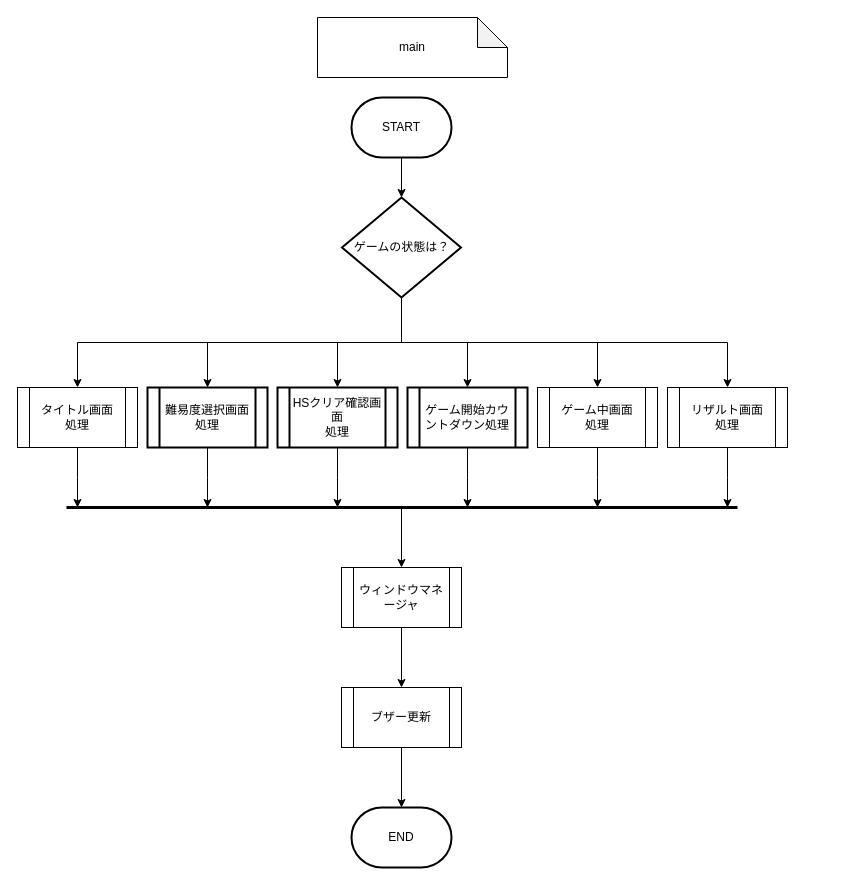
This is page "main" (1 of 10) of 資料/設計書/フローチャート/モグラ叩き_フローチャート_ゲーム前.drawio from hakohumi/comp.train.whack-a-mole, a draw.io file, before an edit. Source tidied: cells renumbered, new cells numbered last; positions are measured from the earlier drawing's top-left corner, leaving out a move shared by most shapes. Both pictures are drawn from the tidied source at 100%, with x=0, y=0 at pixel (17, 17).
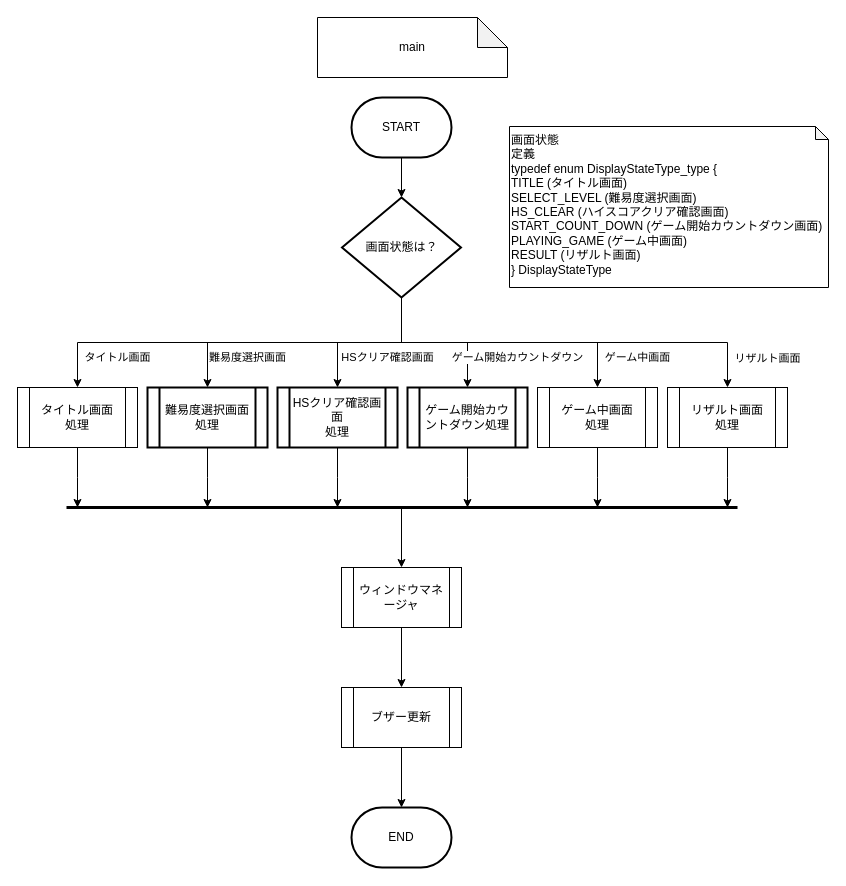
The same diagram, later.

Unchanged cells that the change refers to:
```xml
<mxCell id="12" value="タイトル画面&lt;br&gt;処理" style="shape=process;whiteSpace=wrap;html=1;backgroundOutline=1;" parent="1" vertex="1">
  <mxGeometry y="370" width="120" height="60" as="geometry" />
</mxCell>
<mxCell id="14" value="ゲーム中画面&lt;br&gt;処理" style="shape=process;whiteSpace=wrap;html=1;backgroundOutline=1;" parent="1" vertex="1">
  <mxGeometry x="520" y="370" width="120" height="60" as="geometry" />
</mxCell>
<mxCell id="16" value="リザルト画面&lt;br&gt;処理" style="shape=process;whiteSpace=wrap;html=1;backgroundOutline=1;" parent="1" vertex="1">
  <mxGeometry x="650" y="370" width="120" height="60" as="geometry" />
</mxCell>
<mxCell id="20" value="難易度選択画面処理" style="shape=process;whiteSpace=wrap;html=1;backgroundOutline=1;strokeWidth=2;" parent="1" vertex="1">
  <mxGeometry x="130" y="370" width="120" height="60" as="geometry" />
</mxCell>
<mxCell id="22" value="HSクリア確認画面&lt;br&gt;処理" style="shape=process;whiteSpace=wrap;html=1;backgroundOutline=1;strokeWidth=2;" parent="1" vertex="1">
  <mxGeometry x="260" y="370" width="120" height="60" as="geometry" />
</mxCell>
<mxCell id="24" value="ゲーム開始カウントダウン処理" style="shape=process;whiteSpace=wrap;html=1;backgroundOutline=1;strokeWidth=2;" parent="1" vertex="1">
  <mxGeometry x="390" y="370" width="120" height="60" as="geometry" />
</mxCell>
```

Change to the diagram source:
```diff
@@
-    <mxCell id="4" style="edgeStyle=orthogonalEdgeStyle;rounded=0;jettySize=auto;html=1;entryX=0.5;entryY=0;entryDx=0;entryDy=0;exitX=0.5;exitY=1;exitDx=0;exitDy=0;exitPerimeter=0;" parent="1" edge="1" source="10" target="12">
-      <mxGeometry relative="1" as="geometry" />
+    <mxCell id="4" value="タイトル画面" style="edgeStyle=orthogonalEdgeStyle;rounded=0;jettySize=auto;html=1;entryX=0.5;entryY=0;entryDx=0;entryDy=0;exitX=0.5;exitY=1;exitDx=0;exitDy=0;exitPerimeter=0;" parent="1" edge="1" source="10" target="12">
+      <mxGeometry x="0.59" y="15" relative="1" as="geometry" />
     </mxCell>
-    <mxCell id="5" style="edgeStyle=orthogonalEdgeStyle;rounded=0;jettySize=auto;html=1;strokeWidth=1;exitX=0.5;exitY=1;exitDx=0;exitDy=0;exitPerimeter=0;" parent="1" edge="1" source="10" target="20">
-      <mxGeometry relative="1" as="geometry" />
+    <mxCell id="5" value="難易度選択画面" style="edgeStyle=orthogonalEdgeStyle;rounded=0;jettySize=auto;html=1;strokeWidth=1;exitX=0.5;exitY=1;exitDx=0;exitDy=0;exitPerimeter=0;" parent="1" edge="1" source="10" target="20">
+      <mxGeometry x="0.4" y="15" relative="1" as="geometry" />
     </mxCell>
-    <mxCell id="6" style="edgeStyle=orthogonalEdgeStyle;rounded=0;jettySize=auto;html=1;strokeWidth=1;" parent="1" edge="1" source="10" target="22">
-      <mxGeometry relative="1" as="geometry" />
+    <mxCell id="6" value="HSクリア確認画面" style="edgeStyle=orthogonalEdgeStyle;rounded=0;jettySize=auto;html=1;strokeWidth=1;" parent="1" edge="1" source="10" target="22">
+      <mxGeometry x="-0.41" y="-20" relative="1" as="geometry">
+        <mxPoint x="-14" y="35" as="offset" />
+      </mxGeometry>
     </mxCell>
-    <mxCell id="7" style="edgeStyle=orthogonalEdgeStyle;rounded=0;jettySize=auto;html=1;strokeWidth=1;" parent="1" edge="1" source="10" target="24">
-      <mxGeometry relative="1" as="geometry" />
+    <mxCell id="7" value="ゲーム開始カウントダウン" style="edgeStyle=orthogonalEdgeStyle;rounded=0;jettySize=auto;html=1;strokeWidth=1;" parent="1" edge="1" source="10" target="24">
+      <mxGeometry x="0.62" y="50" relative="1" as="geometry" />
     </mxCell>
-    <mxCell id="8" style="edgeStyle=orthogonalEdgeStyle;rounded=0;jettySize=auto;html=1;exitX=0.5;exitY=1;exitDx=0;exitDy=0;exitPerimeter=0;entryX=0.5;entryY=0;entryDx=0;entryDy=0;strokeWidth=1;" parent="1" edge="1" source="10" target="14">
-      <mxGeometry relative="1" as="geometry" />
+    <mxCell id="8" value="ゲーム中画面" style="edgeStyle=orthogonalEdgeStyle;rounded=0;jettySize=auto;html=1;exitX=0.5;exitY=1;exitDx=0;exitDy=0;exitPerimeter=0;entryX=0.5;entryY=0;entryDx=0;entryDy=0;strokeWidth=1;" parent="1" edge="1" source="10" target="14">
+      <mxGeometry x="0.79" y="40" relative="1" as="geometry" />
     </mxCell>
-    <mxCell id="9" style="edgeStyle=orthogonalEdgeStyle;rounded=0;jettySize=auto;html=1;exitX=0.5;exitY=1;exitDx=0;exitDy=0;exitPerimeter=0;entryX=0.5;entryY=0;entryDx=0;entryDy=0;strokeWidth=1;" parent="1" edge="1" source="10" target="16">
-      <mxGeometry relative="1" as="geometry" />
+    <mxCell id="9" value="リザルト画面" style="edgeStyle=orthogonalEdgeStyle;rounded=0;jettySize=auto;html=1;exitX=0.5;exitY=1;exitDx=0;exitDy=0;exitPerimeter=0;entryX=0.5;entryY=0;entryDx=0;entryDy=0;strokeWidth=1;" parent="1" edge="1" source="10" target="16">
+      <mxGeometry x="0.86" y="40" relative="1" as="geometry" />
     </mxCell>
-    <mxCell id="10" value="ゲームの状態は？" style="strokeWidth=2;html=1;shape=mxgraph.flowchart.decision;whiteSpace=wrap;" parent="1" vertex="1">
+    <mxCell id="10" value="画面状態は？" style="strokeWidth=2;html=1;shape=mxgraph.flowchart.decision;whiteSpace=wrap;" parent="1" vertex="1">
       <mxGeometry x="324.5" y="180" width="119" height="100" as="geometry" />
     </mxCell>
@@
+    <mxCell id="31" value="画面状態&lt;br&gt;定義&lt;br&gt;typedef enum DisplayStateType_type {&amp;nbsp;&lt;br&gt;TITLE (タイトル画面)&lt;br&gt;SELECT_LEVEL (難易度選択画面)&lt;br&gt;HS_CLEAR (ハイスコアクリア確認画面)&lt;br&gt;START_COUNT_DOWN (ゲーム開始カウントダウン画面)&lt;br&gt;PLAYING_GAME (ゲーム中画面)&lt;br&gt;RESULT (リザルト画面)&lt;br&gt;} DisplayStateType" style="shape=note;html=1;backgroundOutline=1;darkOpacity=0.05;size=13;align=left;verticalAlign=top;" parent="1" vertex="1">
+      <mxGeometry x="492" y="109" width="319" height="161" as="geometry" />
+    </mxCell>
```
